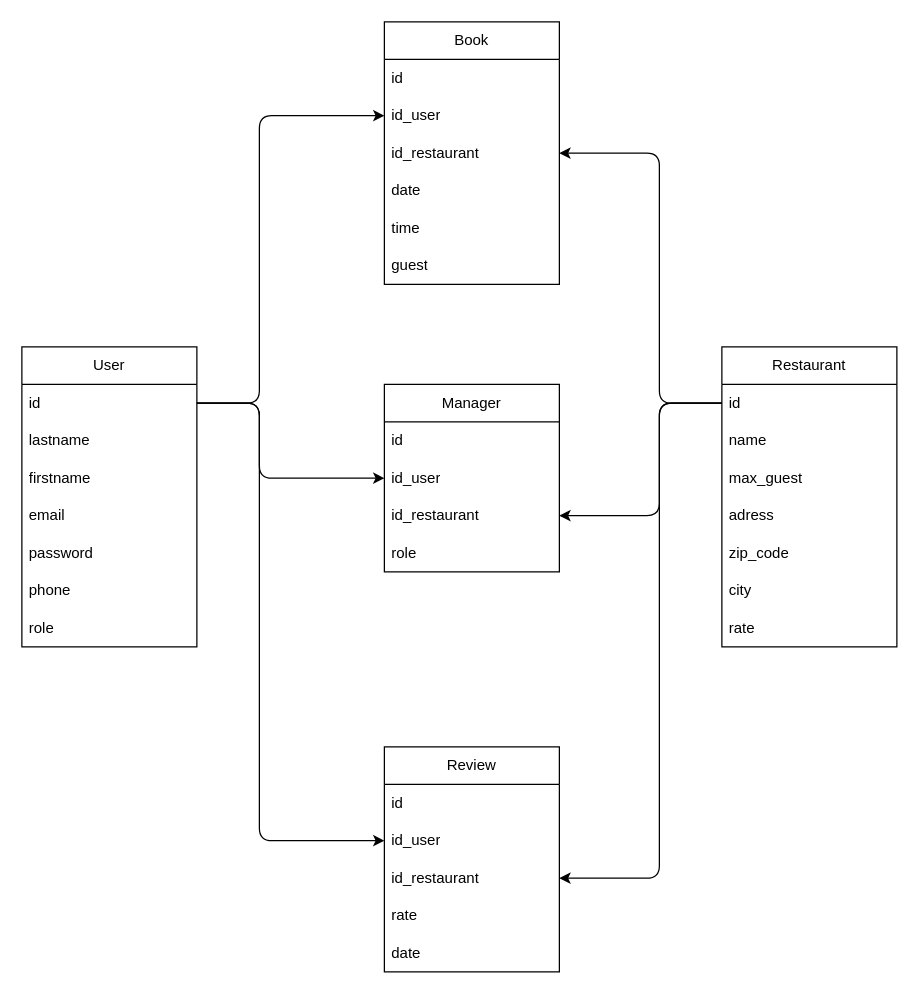
Before: page "MLD" (2 of 3) of mcd-mld.drawio in thomas-spinec/silver-micro, a draw.io diagram. Source tidied: cells renumbered, new cells numbered last; positions are measured from the earlier drawing's top-left corner, leaving out a move shared by most shapes. Both pictures are drawn from the tidied source at 125%, with x=0, y=0 at pixel (21, 21).
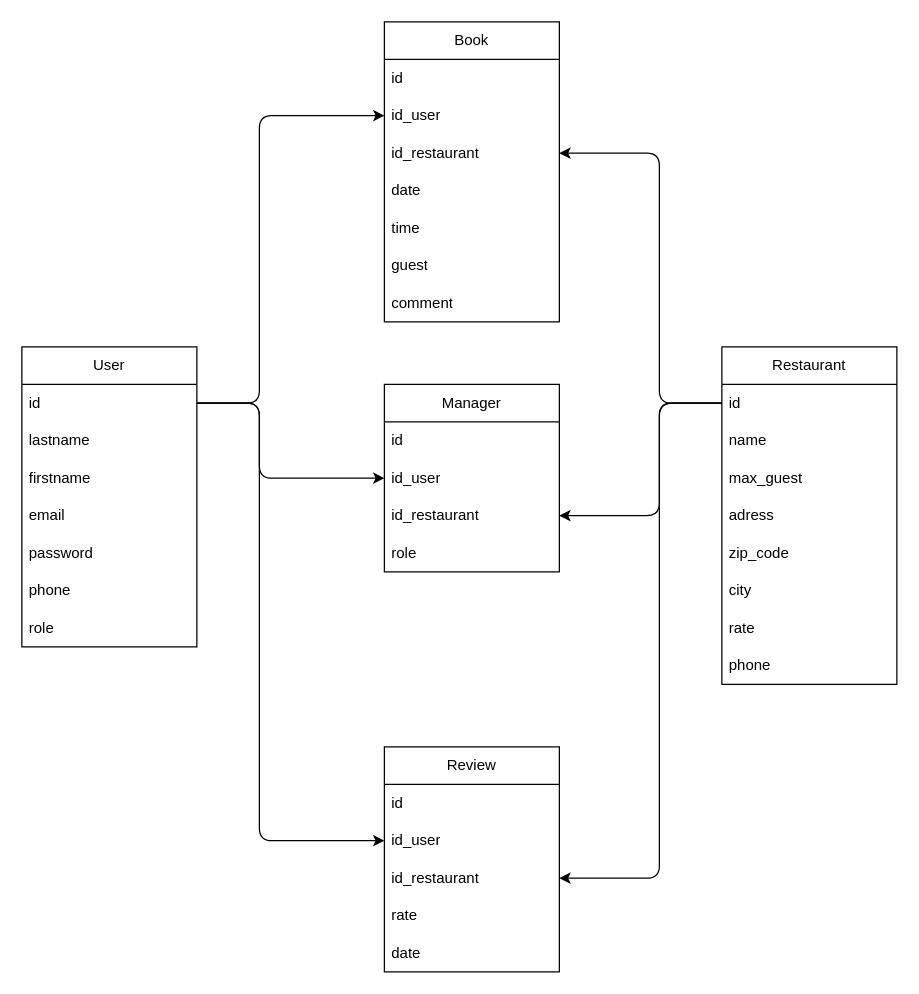
Above is the later version.

The edit, as a diff of the source:
```diff
@@
     <mxCell id="2" value="Book" style="swimlane;fontStyle=0;horizontal=1;startSize=30;whiteSpace=wrap;html=1;" parent="1" vertex="1">
-      <mxGeometry x="290" width="140" height="210" as="geometry" />
+      <mxGeometry x="290" width="140" height="240" as="geometry" />
     </mxCell>
@@
+    <mxCell id="42" value="comment" style="text;strokeColor=none;fillColor=none;align=left;verticalAlign=middle;spacingLeft=4;spacingRight=4;overflow=hidden;whiteSpace=wrap;html=1;" parent="2" vertex="1">
+      <mxGeometry y="210" width="140" height="30" as="geometry" />
+    </mxCell>
@@
     <mxCell id="23" value="Restaurant" style="swimlane;fontStyle=0;horizontal=1;startSize=30;whiteSpace=wrap;html=1;" parent="1" vertex="1">
-      <mxGeometry x="560" y="260" width="140" height="240" as="geometry" />
+      <mxGeometry x="560" y="260" width="140" height="270" as="geometry" />
     </mxCell>
@@
+    <mxCell id="43" value="phone" style="text;strokeColor=none;fillColor=none;align=left;verticalAlign=middle;spacingLeft=4;spacingRight=4;overflow=hidden;whiteSpace=wrap;html=1;" parent="23" vertex="1">
+      <mxGeometry y="240" width="140" height="30" as="geometry" />
+    </mxCell>
```
